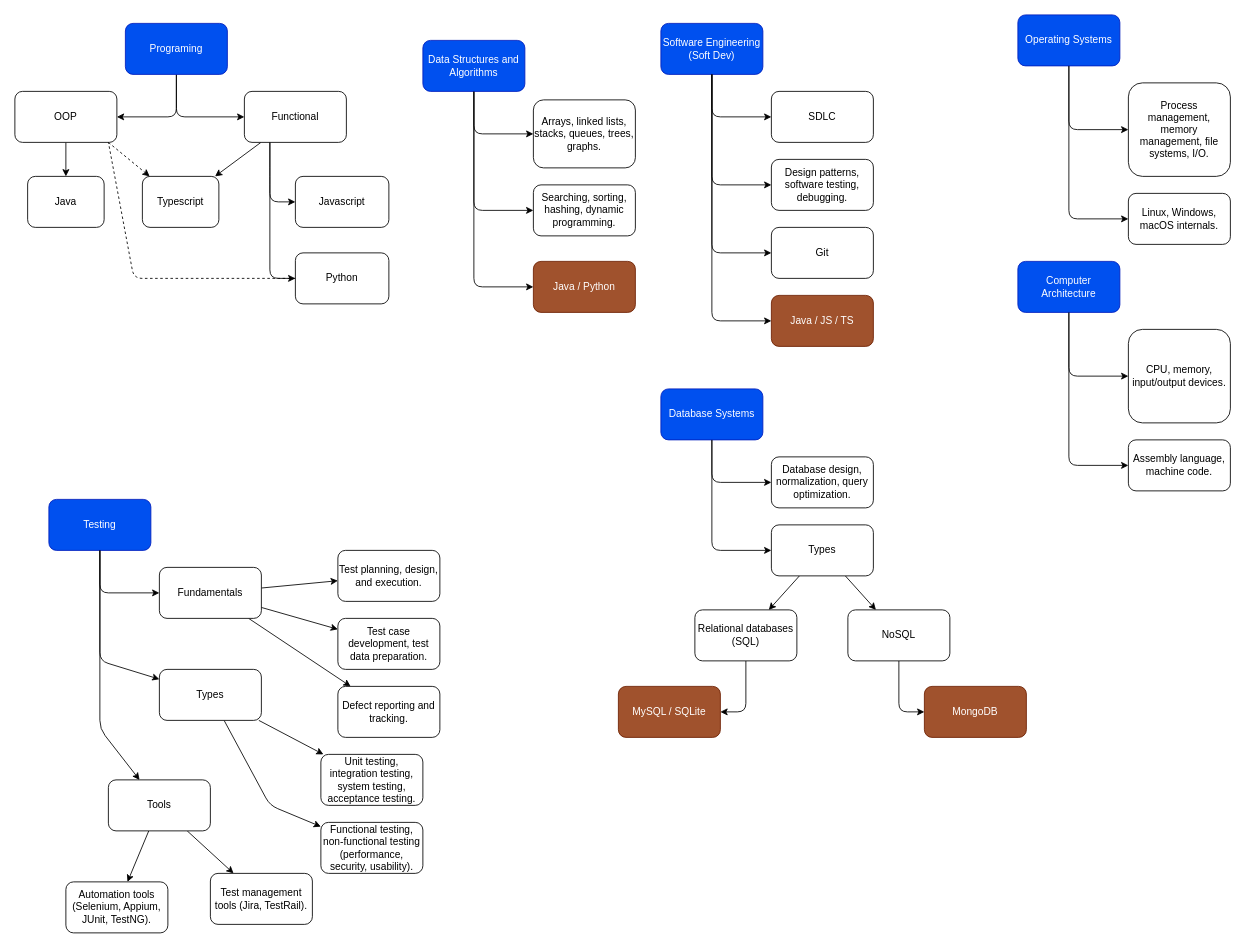
This is page "Core Skill Tree" (2 of 4) of DBdiagram.drawio from SahaphapM/faculty_course_backend, a draw.io file, before an edit. Source tidied: cells renumbered, new cells numbered last; positions are measured from the earlier drawing's top-left corner, leaving out a move shared by most shapes. Both pictures are drawn from the tidied source at 85%, with x=0, y=0 at pixel (14, 14).
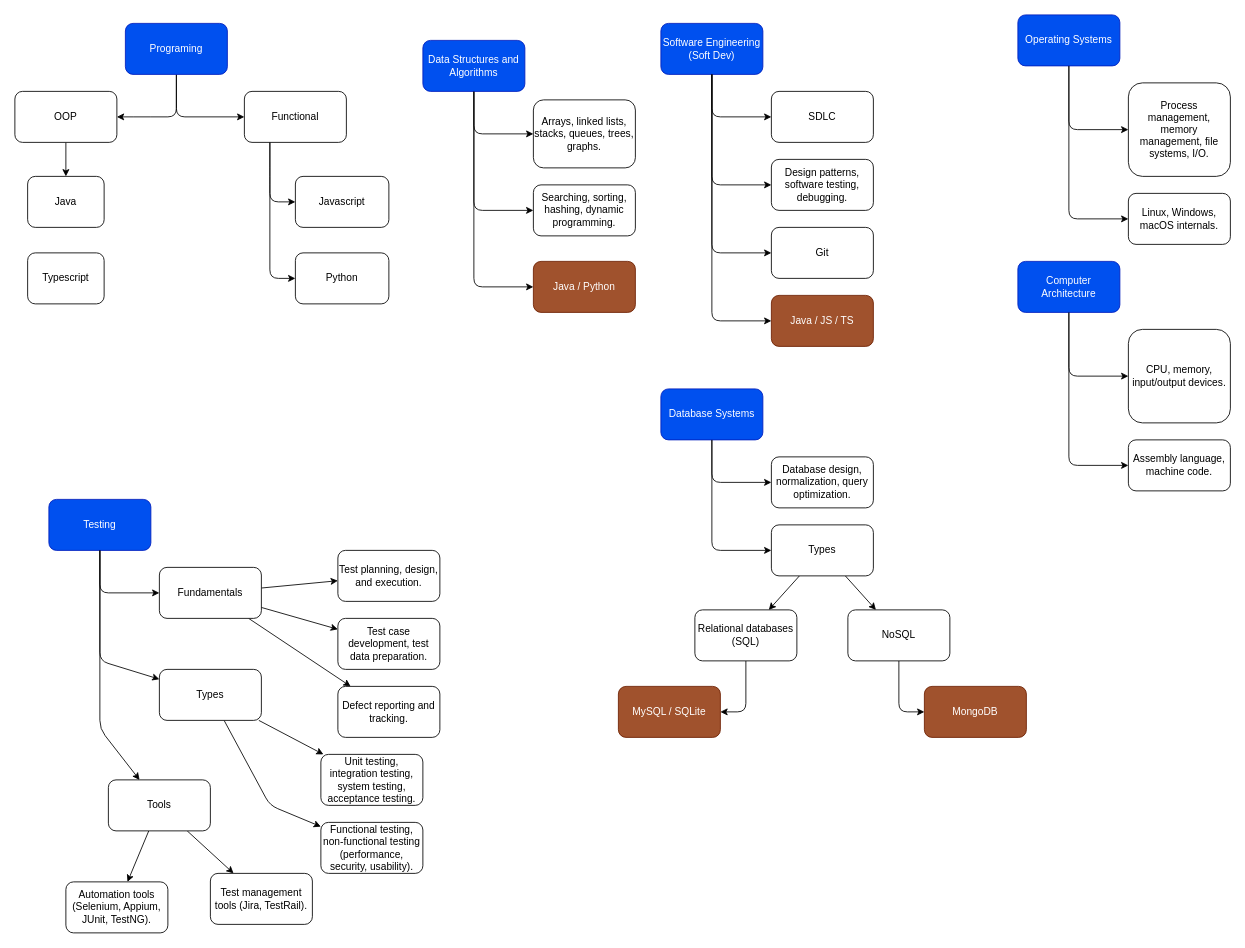
The same diagram, later.

The change refers to these unchanged cells:
```xml
<mxCell id="4" value="Programing" style="rounded=1;whiteSpace=wrap;html=1;fillColor=#0050ef;fontColor=#ffffff;strokeColor=#001DBC;" parent="1" vertex="1">
  <mxGeometry x="130" y="10" width="120" height="60" as="geometry" />
</mxCell>
<mxCell id="67" value="OOP" style="rounded=1;whiteSpace=wrap;html=1;" parent="1" vertex="1">
  <mxGeometry y="90" width="120" height="60" as="geometry" />
</mxCell>
<mxCell id="70" value="Functional" style="rounded=1;whiteSpace=wrap;html=1;" parent="1" vertex="1">
  <mxGeometry x="270" y="90" width="120" height="60" as="geometry" />
</mxCell>
<mxCell id="74" value="Python" style="rounded=1;whiteSpace=wrap;html=1;" parent="1" vertex="1">
  <mxGeometry x="330" y="280" width="110" height="60" as="geometry" />
</mxCell>
```

Diff of the diagram source:
```diff
@@
     <mxCell id="3" style="edgeStyle=none;html=1;fontFamily=Helvetica;fontSize=12;fontColor=#F0EEF0;" parent="1" edge="1" source="4" target="67">
       <mxGeometry relative="1" as="geometry">
         <Array as="points">
           <mxPoint x="190" y="120" />
+          <mxPoint x="150" y="120" />
         </Array>
       </mxGeometry>
     </mxCell>
@@
-    <mxCell id="66" style="edgeStyle=none;html=1;fontFamily=Helvetica;fontSize=12;fontColor=#F0EEF0;dashed=1;" parent="1" edge="1" target="75">
-      <mxGeometry relative="1" as="geometry">
-        <mxPoint x="110" y="150" as="sourcePoint" />
-      </mxGeometry>
-    </mxCell>
@@
-    <mxCell id="69" style="edgeStyle=none;html=1;fontFamily=Helvetica;fontSize=12;fontColor=#F0EEF0;" parent="1" edge="1" source="70" target="75">
-      <mxGeometry relative="1" as="geometry" />
-    </mxCell>
@@
-    <mxCell id="73" style="edgeStyle=none;html=1;fontFamily=Helvetica;fontSize=12;fontColor=#F0EEF0;endArrow=none;endFill=0;entryX=0.917;entryY=1;entryDx=0;entryDy=0;entryPerimeter=0;dashed=1;" parent="1" edge="1" source="74" target="67">
-      <mxGeometry relative="1" as="geometry">
-        <Array as="points">
-          <mxPoint x="140" y="310" />
-        </Array>
-      </mxGeometry>
-    </mxCell>
@@
     <mxCell id="75" value="Typescript" style="rounded=1;whiteSpace=wrap;html=1;" parent="1" vertex="1">
-      <mxGeometry x="150" y="190" width="90" height="60" as="geometry" />
+      <mxGeometry x="15" y="280" width="90" height="60" as="geometry" />
     </mxCell>
```
